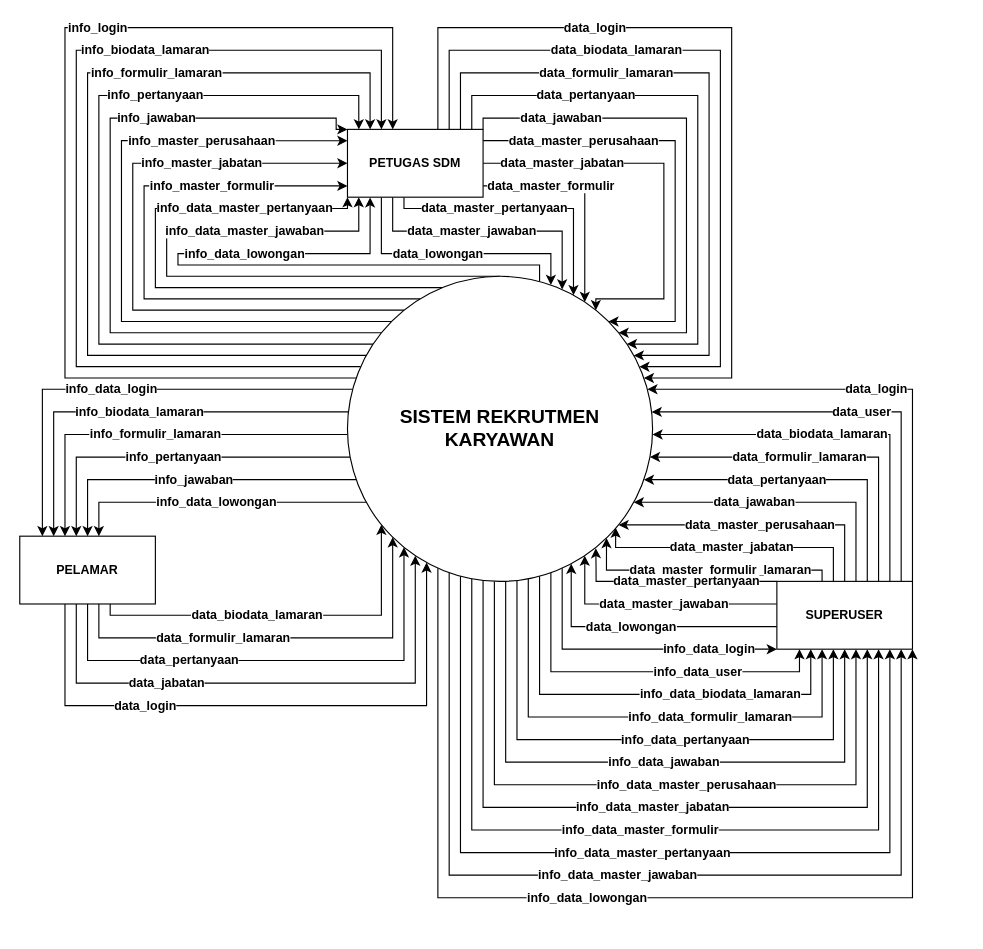
Above: page "DIAGRAM CONTEXT" (1 of 8) of DFD v2.drawio in keys2505/tugas-akhir (draw.io), before the change. Source tidied: cells renumbered, new cells numbered last; positions are measured from the earlier drawing's top-left corner, leaving out a move shared by most shapes. Both pictures are drawn from the tidied source at 113%, with x=0, y=0 at pixel (19, 27).
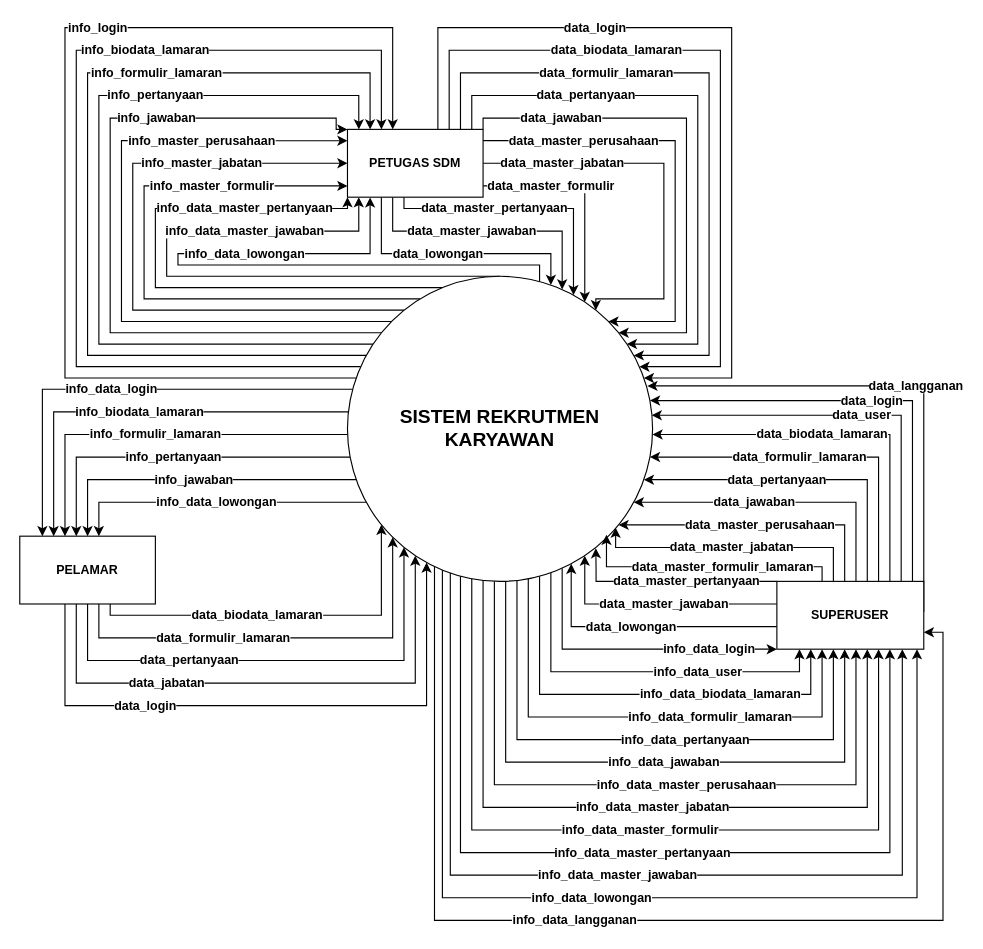
Above is the later version.

The change refers to these unchanged cells:
```xml
<mxCell id="31" value="&lt;font style=&quot;font-size: 17px;&quot;&gt;SISTEM REKRUTMEN KARYAWAN&lt;/font&gt;" style="ellipse;whiteSpace=wrap;html=1;direction=south;fontStyle=1;fontSize=11;" parent="1" vertex="1">
  <mxGeometry x="290" y="220" width="270" height="270" as="geometry" />
</mxCell>
```

Diff of the diagram source:
```diff
@@
-    <mxCell id="19" value="info_data_master_jawaban" style="edgeStyle=orthogonalEdgeStyle;rounded=0;jettySize=auto;html=1;fontStyle=1;fontSize=11;" parent="1" edge="1" source="31" target="62">
+    <mxCell id="19" value="info_data_master_jawaban" style="edgeStyle=orthogonalEdgeStyle;rounded=0;orthogonalLoop=1;jettySize=auto;html=1;fontStyle=1;fontSize=11;" parent="1" edge="1">
       <mxGeometry x="-0.04" relative="1" as="geometry">
+        <mxPoint x="381" y="482.3" as="sourcePoint" />
+        <mxPoint x="781" y="550" as="targetPoint" />
         <Array as="points">
-          <mxPoint x="380" y="750" />
-          <mxPoint x="780" y="750" />
+          <mxPoint x="381" y="750" />
+          <mxPoint x="781" y="750" />
         </Array>
       </mxGeometry>
     </mxCell>
@@
-    <mxCell id="22" value="info_data_lowongan" style="edgeStyle=orthogonalEdgeStyle;rounded=0;jettySize=auto;html=1;fontStyle=1;fontSize=11;" parent="1" edge="1" source="31" target="62">
+    <mxCell id="22" value="info_data_lowongan" style="edgeStyle=orthogonalEdgeStyle;rounded=0;orthogonalLoop=1;jettySize=auto;html=1;fontStyle=1;fontSize=11;" parent="1" edge="1">
       <mxGeometry x="-0.09" relative="1" as="geometry">
+        <mxPoint x="374" y="478.3" as="sourcePoint" />
+        <mxPoint x="794" y="550" as="targetPoint" />
         <Array as="points">
-          <mxPoint x="370" y="770" />
-          <mxPoint x="790" y="770" />
+          <mxPoint x="374" y="770" />
+          <mxPoint x="794" y="770" />
         </Array>
       </mxGeometry>
     </mxCell>
@@
+    <mxCell id="63" value="&lt;b&gt;info_data_langganan&lt;/b&gt;" style="edgeStyle=orthogonalEdgeStyle;rounded=0;jettySize=auto;html=1;entryX=1;entryY=0.75;entryDx=0;entryDy=0;" parent="1" edge="1" target="62">
+      <mxGeometry x="-0.15" relative="1" as="geometry">
+        <mxPoint x="367" y="473.3" as="sourcePoint" />
+        <Array as="points">
+          <mxPoint x="367" y="790" />
+          <mxPoint x="817" y="790" />
+          <mxPoint x="817" y="535" />
+        </Array>
+      </mxGeometry>
+    </mxCell>
@@
-    <mxCell id="50" value="data_login" style="edgeStyle=orthogonalEdgeStyle;rounded=0;jettySize=auto;html=1;fontStyle=1;fontSize=11;" parent="1" edge="1" source="62" target="31">
+    <mxCell id="50" value="data_login" style="edgeStyle=orthogonalEdgeStyle;rounded=0;orthogonalLoop=1;jettySize=auto;html=1;fontStyle=1;fontSize=11;" parent="1" edge="1">
       <mxGeometry relative="1" as="geometry">
+        <mxPoint x="790" y="490" as="sourcePoint" />
+        <mxPoint x="557.7" y="330" as="targetPoint" />
         <Array as="points">
-          <mxPoint x="790" y="320" />
+          <mxPoint x="790" y="330" />
         </Array>
       </mxGeometry>
     </mxCell>
-    <mxCell id="51" value="data_user" style="edgeStyle=orthogonalEdgeStyle;rounded=0;jettySize=auto;html=1;fontStyle=1;fontSize=11;" parent="1" edge="1" source="62" target="31">
+    <mxCell id="51" value="data_user" style="edgeStyle=orthogonalEdgeStyle;rounded=0;orthogonalLoop=1;jettySize=auto;html=1;fontStyle=1;fontSize=11;" parent="1" edge="1">
       <mxGeometry relative="1" as="geometry">
+        <mxPoint x="780" y="493" as="sourcePoint" />
+        <mxPoint x="559.2" y="343" as="targetPoint" />
         <Array as="points">
-          <mxPoint x="780" y="340" />
+          <mxPoint x="780" y="343" />
         </Array>
       </mxGeometry>
     </mxCell>
@@
-    <mxCell id="58" value="&lt;font style=&quot;font-size: 11px;&quot;&gt;data_master_formulir_lamaran&lt;/font&gt;" style="edgeStyle=orthogonalEdgeStyle;rounded=0;jettySize=auto;html=1;entryX=0.858;entryY=0.151;entryDx=0;entryDy=0;entryPerimeter=0;fontStyle=1;fontSize=11;" parent="1" edge="1" source="62" target="31">
+    <mxCell id="58" value="&lt;font style=&quot;font-size: 11px;&quot;&gt;data_master_formulir_lamaran&lt;/font&gt;" style="edgeStyle=orthogonalEdgeStyle;rounded=0;jettySize=auto;html=1;entryX=0.858;entryY=0.151;entryDx=0;entryDy=0;entryPerimeter=0;fontStyle=1;fontSize=11;" parent="1" edge="1" source="62">
       <mxGeometry x="-0.13" relative="1" as="geometry">
+        <mxPoint x="519.2" y="448.7" as="targetPoint" />
         <Array as="points">
-          <mxPoint x="710" y="480" />
-          <mxPoint x="519" y="480" />
+          <mxPoint x="710" y="477" />
+          <mxPoint x="519" y="477" />
         </Array>
       </mxGeometry>
     </mxCell>
@@
+    <mxCell id="64" value="&lt;b&gt;data_langganan&lt;/b&gt;" style="edgeStyle=orthogonalEdgeStyle;rounded=0;orthogonalLoop=1;jettySize=auto;html=1;" parent="1" edge="1">
+      <mxGeometry relative="1" as="geometry">
+        <mxPoint x="800" y="487" as="sourcePoint" />
+        <mxPoint x="555.4" y="317" as="targetPoint" />
+        <Array as="points">
+          <mxPoint x="800" y="517" />
+          <mxPoint x="800" y="317" />
+        </Array>
+      </mxGeometry>
+    </mxCell>
     <mxCell id="62" value="&lt;font style=&quot;font-size: 11px;&quot;&gt;SUPERUSER&lt;/font&gt;" style="rounded=0;whiteSpace=wrap;html=1;fontStyle=1;fontSize=11;" parent="1" vertex="1">
-      <mxGeometry x="670" y="490" width="120" height="60" as="geometry" />
+      <mxGeometry x="670" y="490" width="130" height="60" as="geometry" />
     </mxCell>
```
